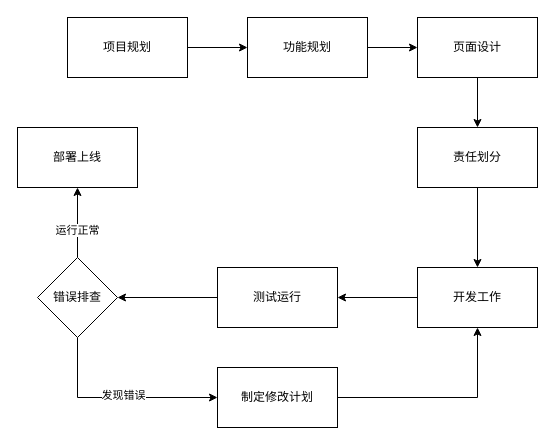
The draw.io diagram app.drawio in gjwhhhh/Experiments-pictures-for-Java, before the edit. Source tidied: cells renumbered, new cells numbered last; positions are measured from the earlier drawing's top-left corner, leaving out a move shared by most shapes. Both pictures are drawn from the tidied source at 100%, with x=0, y=0 at pixel (17, 17).
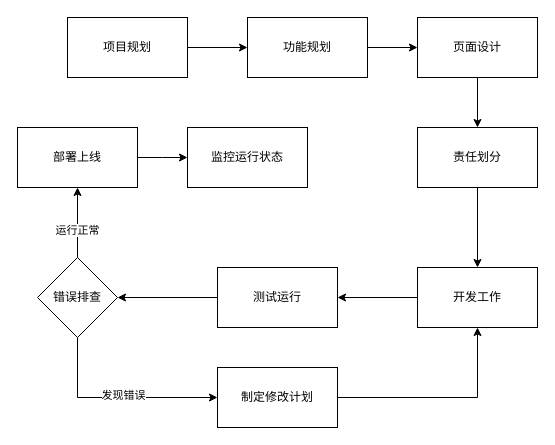
The same diagram, later.

Unchanged cells that the change refers to:
```xml
<mxCell id="21" value="部署上线" style="whiteSpace=wrap;html=1;rounded=0;" parent="1" vertex="1">
  <mxGeometry y="110" width="120" height="60" as="geometry" />
</mxCell>
```

The edit, as a diff of the source:
```diff
@@
+    <mxCell id="22" style="edgeStyle=orthogonalEdgeStyle;rounded=0;jettySize=auto;html=1;" parent="1" edge="1" source="21">
+      <mxGeometry relative="1" as="geometry">
+        <mxPoint x="170" y="140" as="targetPoint" />
+      </mxGeometry>
+    </mxCell>
@@
+    <mxCell id="23" value="监控运行状态" style="whiteSpace=wrap;html=1;" parent="1" vertex="1">
+      <mxGeometry x="170" y="110" width="120" height="60" as="geometry" />
+    </mxCell>
```
